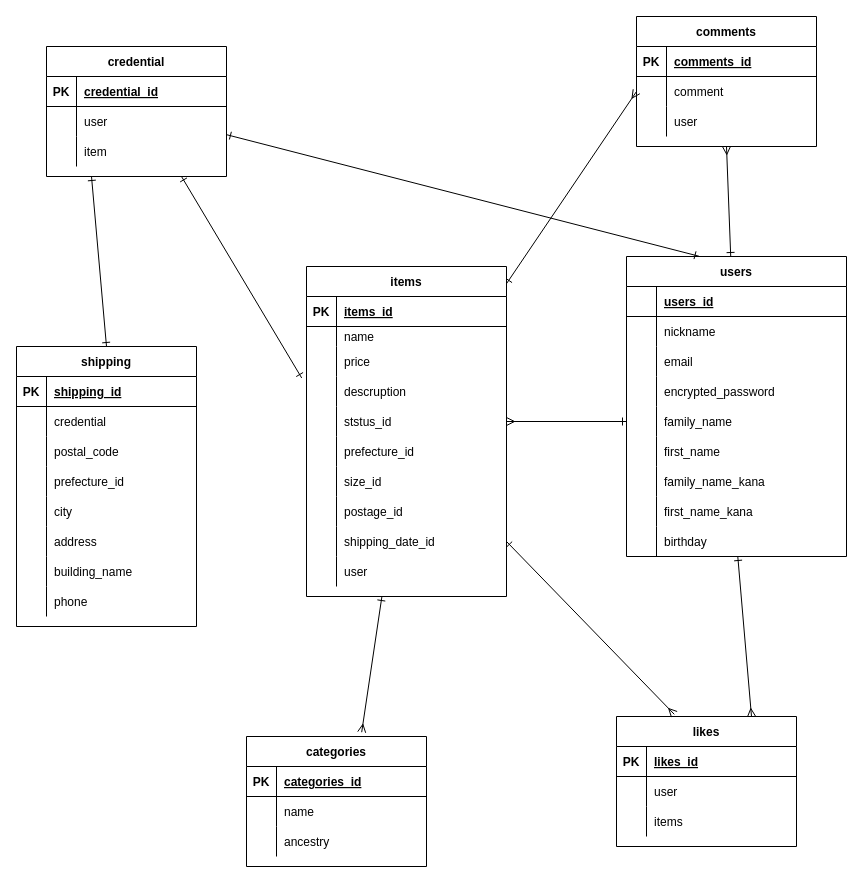
Earlier version of the draw.io diagram se.dio (masyu0039/furima-38560). Source tidied: cells renumbered, new cells numbered last; positions are measured from the earlier drawing's top-left corner, leaving out a move shared by most shapes. Both pictures are drawn from the tidied source at 100%, with x=0, y=0 at pixel (16, 16).
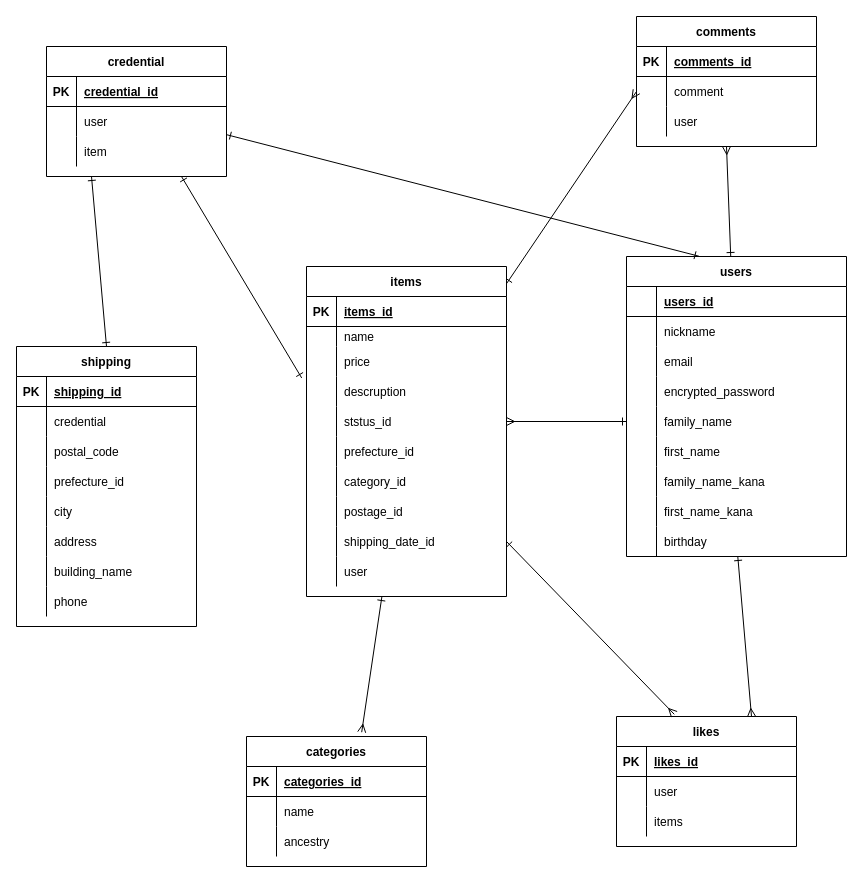
Above is the later version.

Unchanged cells that the change refers to:
```xml
<mxCell id="120" style="shape=partialRectangle;fillColor=none;top=0;left=0;bottom=0;right=0;" parent="101" vertex="1">
  <mxGeometry y="200" width="200" height="30" as="geometry" />
</mxCell>
```

Change to the diagram source:
```diff
@@
-    <mxCell id="122" value="size_id" style="shape=partialRectangle;fillColor=none;top=0;left=0;bottom=0;right=0;align=left;spacingLeft=6;overflow=hidden;" parent="120" vertex="1">
+    <mxCell id="122" value="category_id" style="shape=partialRectangle;fillColor=none;top=0;left=0;bottom=0;right=0;align=left;spacingLeft=6;overflow=hidden;" parent="120" vertex="1">
       <mxGeometry x="30" width="170" height="30" as="geometry" />
     </mxCell>
```
